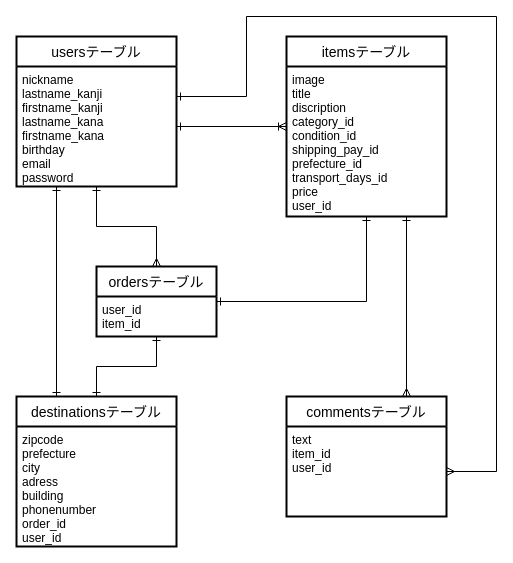
Earlier version of the draw.io diagram furima-32650.dio (FjiiNamiki/furima-32650). Source tidied: cells renumbered, new cells numbered last; positions are measured from the earlier drawing's top-left corner, leaving out a move shared by most shapes. Both pictures are drawn from the tidied source at 100%, with x=0, y=0 at pixel (16, 16).
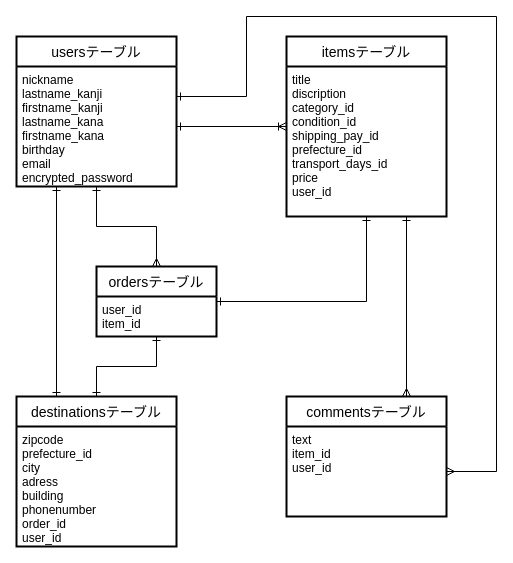
Above is the later version.

Commit message (it also covers changes not shown here):
データベース設計_修正1

誕生日のカラムをstringからdateに変更。
zipcodeをintegerからstringに変更。
passwordをencrypted_passwordというカラム名に変更。
imageカラムを削除。
phonenumberをintegerからstringに変更。
adressをintegerからstringに変更。
discriptionsテーブルからcondition_idを削除。

The change refers to these unchanged cells:
```xml
<mxCell id="2" value="usersテーブル" style="swimlane;horizontal=1;startSize=30;rounded=0;fontSize=14;fontStyle=0;strokeWidth=2;shadow=0;dashed=0;align=center;" parent="1" vertex="1">
  <mxGeometry y="20" width="160" height="150" as="geometry" />
</mxCell>
<mxCell id="4" value="itemsテーブル" style="swimlane;horizontal=1;startSize=30;rounded=0;fontSize=14;fontStyle=0;strokeWidth=2;shadow=0;dashed=0;align=center;" parent="1" vertex="1">
  <mxGeometry x="270" y="20" width="160" height="180" as="geometry" />
</mxCell>
<mxCell id="13" value="destinationsテーブル" style="swimlane;horizontal=1;startSize=30;rounded=0;fontSize=14;fontStyle=0;strokeWidth=2;shadow=0;dashed=0;align=center;" parent="1" vertex="1">
  <mxGeometry y="380" width="160" height="150" as="geometry" />
</mxCell>
```

Diff of the diagram source:
```diff
@@
-    <mxCell id="3" value="nickname&#10;lastname_kanji&#10;firstname_kanji&#10;lastname_kana&#10;firstname_kana&#10;birthday&#10;email&#10;password" style="align=left;strokeColor=none;fillColor=none;spacingLeft=4;fontSize=12;verticalAlign=top;" parent="2" vertex="1">
+    <mxCell id="3" value="nickname&#10;lastname_kanji&#10;firstname_kanji&#10;lastname_kana&#10;firstname_kana&#10;birthday&#10;email&#10;encrypted_password" style="align=left;strokeColor=none;fillColor=none;spacingLeft=4;fontSize=12;verticalAlign=top;" parent="2" vertex="1">
       <mxGeometry y="30" width="160" height="120" as="geometry" />
     </mxCell>
@@
-    <mxCell id="5" value="image&#10;title&#10;discription&#10;category_id&#10;condition_id&#10;shipping_pay_id&#10;prefecture_id&#10;transport_days_id&#10;price&#10;user_id&#10;" style="align=left;strokeColor=none;fillColor=none;spacingLeft=4;fontSize=12;verticalAlign=top;" parent="4" vertex="1">
+    <mxCell id="5" value="title&#10;discription&#10;category_id&#10;condition_id&#10;shipping_pay_id&#10;prefecture_id&#10;transport_days_id&#10;price&#10;user_id&#10;" style="align=left;strokeColor=none;fillColor=none;spacingLeft=4;fontSize=12;verticalAlign=top;" parent="4" vertex="1">
       <mxGeometry y="30" width="160" height="150" as="geometry" />
     </mxCell>
@@
-    <mxCell id="14" value="zipcode&#10;prefecture&#10;city&#10;adress&#10;building&#10;phonenumber&#10;order_id&#10;user_id" style="align=left;strokeColor=none;fillColor=none;spacingLeft=4;fontSize=12;verticalAlign=top;" parent="13" vertex="1">
+    <mxCell id="14" value="zipcode&#10;prefecture_id&#10;city&#10;adress&#10;building&#10;phonenumber&#10;order_id&#10;user_id" style="align=left;strokeColor=none;fillColor=none;spacingLeft=4;fontSize=12;verticalAlign=top;" parent="13" vertex="1">
       <mxGeometry y="30" width="160" height="120" as="geometry" />
     </mxCell>
```
